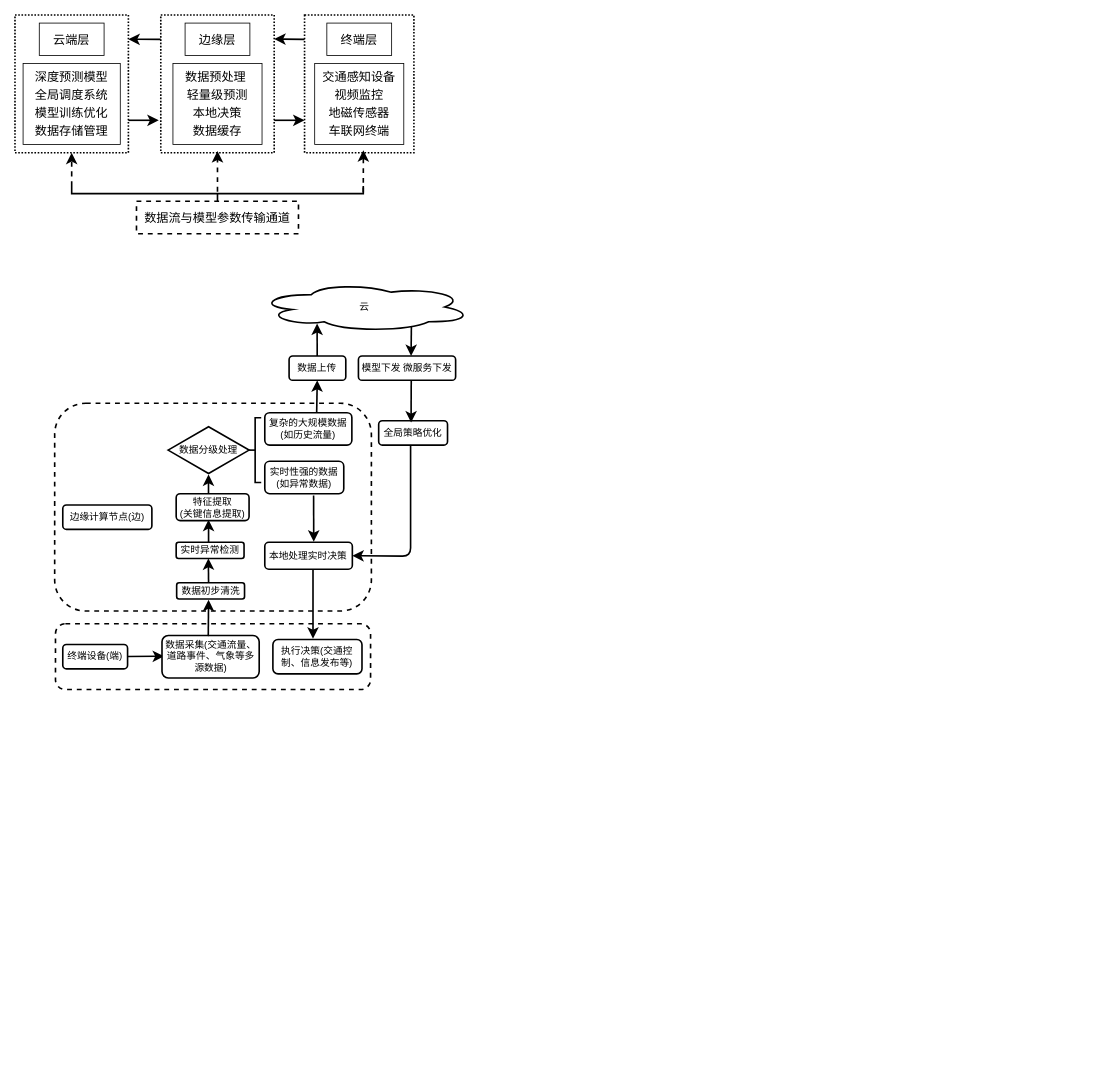
Above: 云边协同交通流量预测系统架构.drawio in lpy817/-AI- (draw.io), before the change. Source tidied: cells renumbered, new cells numbered last; positions are measured from the earlier drawing's top-left corner, leaving out a move shared by most shapes. Both pictures are drawn from the tidied source at 81%, with x=0, y=0 at pixel (15, 15).
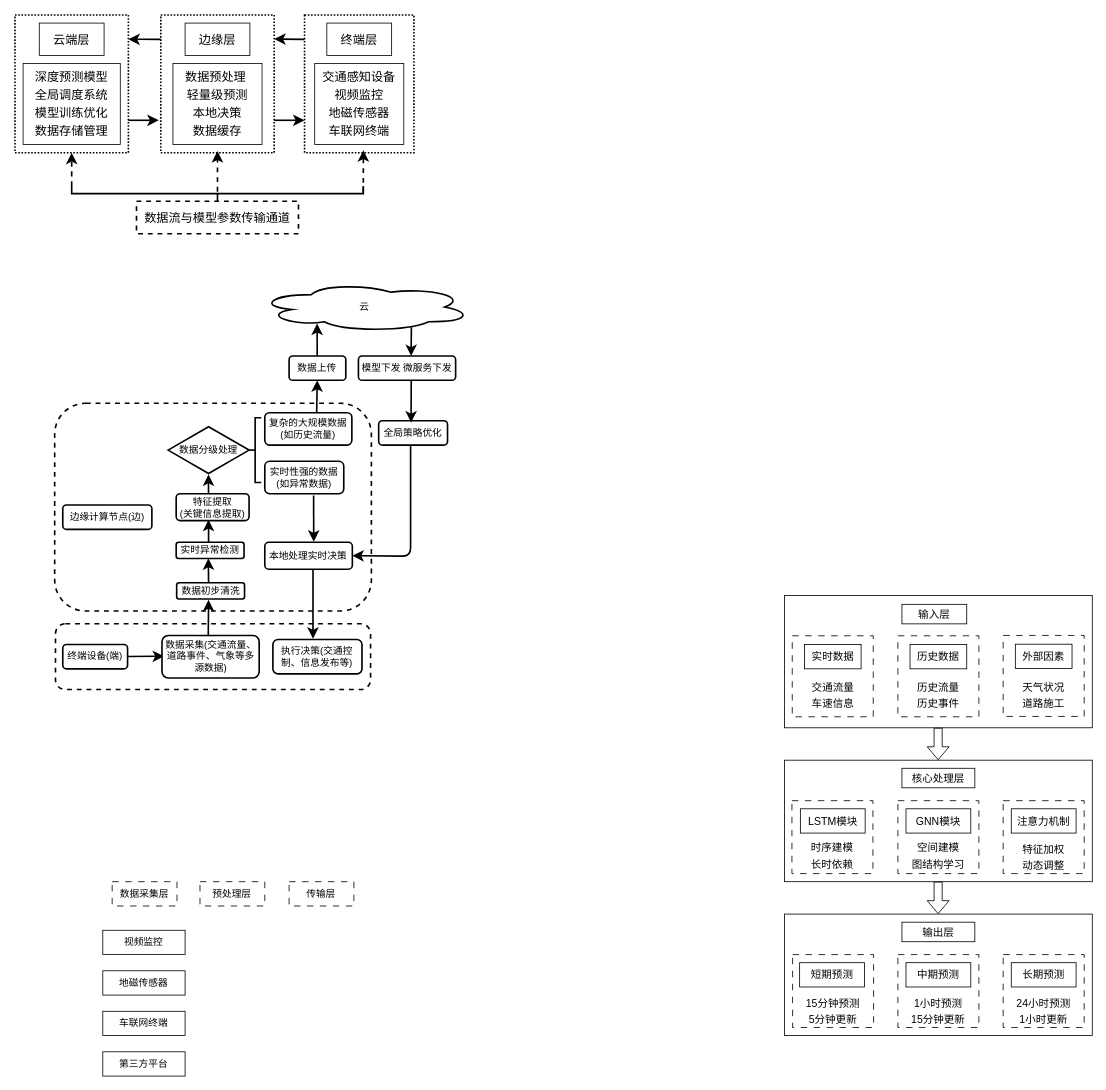
Above is the later version.

Commit message:
更新云边协同交通流量预测系统架构.drawio

The edit, as a diff of the source:
```diff
@@
+    <mxCell id="52" value="数据采集层" style="rounded=0;whiteSpace=wrap;html=1;dashed=1;dashPattern=8 8;" parent="1" vertex="1">
+      <mxGeometry x="120" y="1070" width="80" height="30" as="geometry" />
+    </mxCell>
+    <mxCell id="53" value="预处理层" style="rounded=0;whiteSpace=wrap;html=1;dashed=1;dashPattern=8 8;" parent="1" vertex="1">
+      <mxGeometry x="228.4" y="1070" width="80" height="30" as="geometry" />
+    </mxCell>
+    <mxCell id="54" value="传输层" style="rounded=0;whiteSpace=wrap;html=1;dashed=1;dashPattern=8 8;" parent="1" vertex="1">
+      <mxGeometry x="338.4" y="1070" width="80" height="30" as="geometry" />
+    </mxCell>
+    <mxCell id="55" value="视频监控" style="rounded=0;whiteSpace=wrap;html=1;" parent="1" vertex="1">
+      <mxGeometry x="108.4" y="1130" width="101.6" height="30" as="geometry" />
+    </mxCell>
+    <mxCell id="56" value="地磁传感器" style="rounded=0;whiteSpace=wrap;html=1;" parent="1" vertex="1">
+      <mxGeometry x="108.4" y="1180" width="101.6" height="30" as="geometry" />
+    </mxCell>
+    <mxCell id="57" value="车联网终端" style="rounded=0;whiteSpace=wrap;html=1;" parent="1" vertex="1">
+      <mxGeometry x="108.4" y="1230" width="101.6" height="30" as="geometry" />
+    </mxCell>
+    <mxCell id="58" value="第三方平台" style="rounded=0;whiteSpace=wrap;html=1;" parent="1" vertex="1">
+      <mxGeometry x="108.4" y="1280" width="101.6" height="30" as="geometry" />
+    </mxCell>
+    <mxCell id="59" value="输入层" style="rounded=0;whiteSpace=wrap;html=1;fontSize=13;" parent="1" vertex="1">
+      <mxGeometry x="1095" y="727.6" width="80" height="24.1" as="geometry" />
+    </mxCell>
+    <mxCell id="60" value="实时数据" style="rounded=0;whiteSpace=wrap;html=1;fontSize=13;" parent="1" vertex="1">
+      <mxGeometry x="974.6" y="777.2" width="70" height="30" as="geometry" />
+    </mxCell>
+    <mxCell id="61" value="外部因素" style="rounded=0;whiteSpace=wrap;html=1;fontSize=13;" parent="1" vertex="1">
+      <mxGeometry x="1235" y="776.8" width="70" height="30" as="geometry" />
+    </mxCell>
+    <mxCell id="62" value="历史数据" style="rounded=0;whiteSpace=wrap;html=1;fontSize=13;" parent="1" vertex="1">
+      <mxGeometry x="1105" y="777.2" width="70" height="30" as="geometry" />
+    </mxCell>
+    <mxCell id="63" value="&lt;div style=&quot;line-height: 150%;&quot;&gt;交通流量&lt;div&gt;车速信息&lt;/div&gt;&lt;/div&gt;" style="rounded=0;whiteSpace=wrap;html=1;dashed=1;dashPattern=8 8;strokeColor=none;fillColor=none;fontSize=13;" parent="1" vertex="1">
+      <mxGeometry x="974.6" y="818.5" width="70" height="43.5" as="geometry" />
+    </mxCell>
+    <mxCell id="64" value="&lt;div style=&quot;line-height: 150%;&quot;&gt;历史流量&lt;div&gt;历史事件&lt;/div&gt;&lt;/div&gt;" style="rounded=0;whiteSpace=wrap;html=1;dashed=1;dashPattern=8 8;fillColor=none;strokeColor=none;fontSize=13;" parent="1" vertex="1">
+      <mxGeometry x="1105" y="818.5" width="70" height="43.5" as="geometry" />
+    </mxCell>
+    <mxCell id="65" value="&lt;div style=&quot;line-height: 150%;&quot;&gt;天气状况&lt;div&gt;道路施工&lt;/div&gt;&lt;/div&gt;" style="rounded=0;whiteSpace=wrap;html=1;dashed=1;dashPattern=8 8;fillColor=none;strokeColor=none;fontSize=13;" parent="1" vertex="1">
+      <mxGeometry x="1235" y="818.1" width="70" height="43.5" as="geometry" />
+    </mxCell>
+    <mxCell id="66" value="核心处理层" style="rounded=0;whiteSpace=wrap;html=1;fontSize=13;" parent="1" vertex="1">
+      <mxGeometry x="1095" y="930" width="90" height="24.1" as="geometry" />
+    </mxCell>
+    <mxCell id="67" value="LSTM模块" style="rounded=0;whiteSpace=wrap;html=1;fontSize=13;" parent="1" vertex="1">
+      <mxGeometry x="969.6" y="980" width="80" height="30" as="geometry" />
+    </mxCell>
+    <mxCell id="68" value="&lt;div style=&quot;line-height: 150%;&quot;&gt;时序建模&lt;div&gt;长时依赖&lt;/div&gt;&lt;/div&gt;" style="rounded=0;whiteSpace=wrap;html=1;strokeColor=none;fillColor=none;fontSize=13;" parent="1" vertex="1">
+      <mxGeometry x="974.2" y="1010" width="70" height="55" as="geometry" />
+    </mxCell>
+    <mxCell id="69" value="GNN模块" style="rounded=0;whiteSpace=wrap;html=1;fontSize=13;" parent="1" vertex="1">
+      <mxGeometry x="1100" y="980" width="80" height="30" as="geometry" />
+    </mxCell>
+    <mxCell id="70" value="&lt;div style=&quot;line-height: 150%;&quot;&gt;空间建模&lt;div&gt;图结构学习&lt;/div&gt;&lt;/div&gt;" style="rounded=0;whiteSpace=wrap;html=1;strokeColor=none;fillColor=none;fontSize=13;" parent="1" vertex="1">
+      <mxGeometry x="1105" y="1010" width="70" height="55" as="geometry" />
+    </mxCell>
+    <mxCell id="71" value="注意力机制" style="rounded=0;whiteSpace=wrap;html=1;fontSize=13;" parent="1" vertex="1">
+      <mxGeometry x="1230" y="980" width="80" height="30" as="geometry" />
+    </mxCell>
+    <mxCell id="72" value="&lt;div style=&quot;line-height: 150%;&quot;&gt;特征加权&lt;div&gt;动态调整&lt;/div&gt;&lt;/div&gt;" style="rounded=0;whiteSpace=wrap;html=1;strokeColor=none;fillColor=none;fontSize=13;" parent="1" vertex="1">
+      <mxGeometry x="1235" y="1010" width="70" height="60" as="geometry" />
+    </mxCell>
+    <mxCell id="73" value="输出层" style="rounded=0;whiteSpace=wrap;html=1;fontSize=13;" parent="1" vertex="1">
+      <mxGeometry x="1095" y="1120" width="90" height="24.1" as="geometry" />
+    </mxCell>
+    <mxCell id="74" value="短期预测" style="rounded=0;whiteSpace=wrap;html=1;fontSize=13;" parent="1" vertex="1">
+      <mxGeometry x="968.7" y="1170" width="80" height="30" as="geometry" />
+    </mxCell>
+    <mxCell id="75" value="&lt;div style=&quot;line-height: 150%;&quot;&gt;15分钟预测&lt;div&gt;5分钟更新&lt;/div&gt;&lt;/div&gt;" style="rounded=0;whiteSpace=wrap;html=1;fillColor=none;strokeColor=none;fontSize=13;" parent="1" vertex="1">
+      <mxGeometry x="950" y="1200" width="120" height="60" as="geometry" />
+    </mxCell>
+    <mxCell id="76" value="中期预测" style="rounded=0;whiteSpace=wrap;html=1;fontSize=13;" parent="1" vertex="1">
+      <mxGeometry x="1100" y="1170" width="80" height="30" as="geometry" />
+    </mxCell>
+    <mxCell id="77" value="&lt;div style=&quot;line-height: 150%;&quot;&gt;1小时预测&lt;div&gt;15分钟更新&lt;/div&gt;&lt;/div&gt;" style="rounded=0;whiteSpace=wrap;html=1;fillColor=none;strokeColor=none;fontSize=13;" parent="1" vertex="1">
+      <mxGeometry x="1080" y="1200" width="120" height="60" as="geometry" />
+    </mxCell>
+    <mxCell id="78" value="长期预测" style="rounded=0;whiteSpace=wrap;html=1;fontSize=13;" parent="1" vertex="1">
+      <mxGeometry x="1230" y="1170" width="80" height="30" as="geometry" />
+    </mxCell>
+    <mxCell id="79" value="&lt;div style=&quot;line-height: 150%;&quot;&gt;24小时预测&lt;div&gt;1小时更新&lt;/div&gt;&lt;/div&gt;" style="rounded=0;whiteSpace=wrap;html=1;fillColor=none;strokeColor=none;fontSize=13;" parent="1" vertex="1">
+      <mxGeometry x="1210" y="1200" width="120" height="60" as="geometry" />
+    </mxCell>
+    <mxCell id="80" style="rounded=0;whiteSpace=wrap;html=1;fillColor=none;dashed=1;dashPattern=8 8;fontSize=13;" parent="1" vertex="1">
+      <mxGeometry x="959.6" y="766.4" width="100" height="100" as="geometry" />
+    </mxCell>
+    <mxCell id="81" style="edgeStyle=none;curved=1;rounded=0;orthogonalLoop=1;jettySize=auto;html=1;entryX=1;entryY=0.5;entryDx=0;entryDy=0;fontSize=13;startSize=8;endSize=8;" parent="1" edge="1" source="80" target="80">
+      <mxGeometry relative="1" as="geometry" />
+    </mxCell>
+    <mxCell id="82" style="rounded=0;whiteSpace=wrap;html=1;fillColor=none;dashed=1;dashPattern=8 8;fontSize=13;" parent="1" vertex="1">
+      <mxGeometry x="1090" y="766.4" width="100" height="100" as="geometry" />
+    </mxCell>
+    <mxCell id="83" style="rounded=0;whiteSpace=wrap;html=1;fillColor=none;dashed=1;dashPattern=8 8;fontSize=13;" parent="1" vertex="1">
+      <mxGeometry x="1220" y="766" width="100" height="100" as="geometry" />
+    </mxCell>
+    <mxCell id="84" style="rounded=0;whiteSpace=wrap;html=1;fillColor=none;dashed=1;dashPattern=8 8;fontSize=13;" parent="1" vertex="1">
+      <mxGeometry x="959.2" y="970" width="100" height="90" as="geometry" />
+    </mxCell>
+    <mxCell id="85" style="rounded=0;whiteSpace=wrap;html=1;fillColor=none;dashed=1;dashPattern=8 8;fontSize=13;" parent="1" vertex="1">
+      <mxGeometry x="1090" y="970" width="100" height="90" as="geometry" />
+    </mxCell>
+    <mxCell id="86" style="rounded=0;whiteSpace=wrap;html=1;fillColor=none;dashed=1;dashPattern=8 8;fontSize=13;" parent="1" vertex="1">
+      <mxGeometry x="1220" y="970" width="100" height="90" as="geometry" />
+    </mxCell>
+    <mxCell id="87" style="rounded=0;whiteSpace=wrap;html=1;fillColor=none;fontSize=13;" parent="1" vertex="1">
+      <mxGeometry x="950" y="716.8" width="380" height="163.2" as="geometry" />
+    </mxCell>
+    <mxCell id="88" style="rounded=0;whiteSpace=wrap;html=1;fillColor=none;fontSize=13;" parent="1" vertex="1">
+      <mxGeometry x="950" y="920" width="380" height="150" as="geometry" />
+    </mxCell>
+    <mxCell id="89" style="rounded=0;whiteSpace=wrap;html=1;fillColor=none;dashed=1;dashPattern=8 8;fontSize=13;" parent="1" vertex="1">
+      <mxGeometry x="960" y="1160" width="100" height="90" as="geometry" />
+    </mxCell>
+    <mxCell id="90" style="rounded=0;whiteSpace=wrap;html=1;fillColor=none;dashed=1;dashPattern=8 8;fontSize=13;" parent="1" vertex="1">
+      <mxGeometry x="1090" y="1160" width="100" height="90" as="geometry" />
+    </mxCell>
+    <mxCell id="91" style="rounded=0;whiteSpace=wrap;html=1;fillColor=none;dashed=1;dashPattern=8 8;fontSize=13;" parent="1" vertex="1">
+      <mxGeometry x="1220" y="1160" width="100" height="90" as="geometry" />
+    </mxCell>
+    <mxCell id="92" style="rounded=0;whiteSpace=wrap;html=1;fillColor=none;fontSize=13;" parent="1" vertex="1">
+      <mxGeometry x="950" y="1110" width="380" height="150" as="geometry" />
+    </mxCell>
+    <mxCell id="93" style="shape=flexArrow;endArrow=classic;html=1;rounded=0;fontSize=13;startSize=8;endSize=5.016666666666667;curved=1;endWidth=16;" parent="1" edge="1">
+      <mxGeometry relative="1" as="geometry">
+        <mxPoint x="1139.7" y="880" as="sourcePoint" />
+        <mxPoint x="1139.7" y="920" as="targetPoint" />
+      </mxGeometry>
+    </mxCell>
+    <mxCell id="94" style="shape=flexArrow;endArrow=classic;html=1;rounded=0;fontSize=13;startSize=8;endSize=5.016666666666667;curved=1;endWidth=16;" parent="1" edge="1">
+      <mxGeometry relative="1" as="geometry">
+        <mxPoint x="1139.7" y="1070" as="sourcePoint" />
+        <mxPoint x="1139.7" y="1110" as="targetPoint" />
+      </mxGeometry>
+    </mxCell>
```
